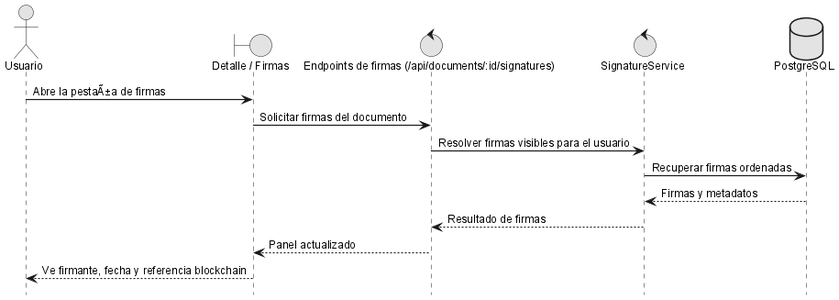
Before: anexos/diagramas/seq-view-signatures.png, a diagram exported from PlantUML (ErDeivih/DocumentChain).
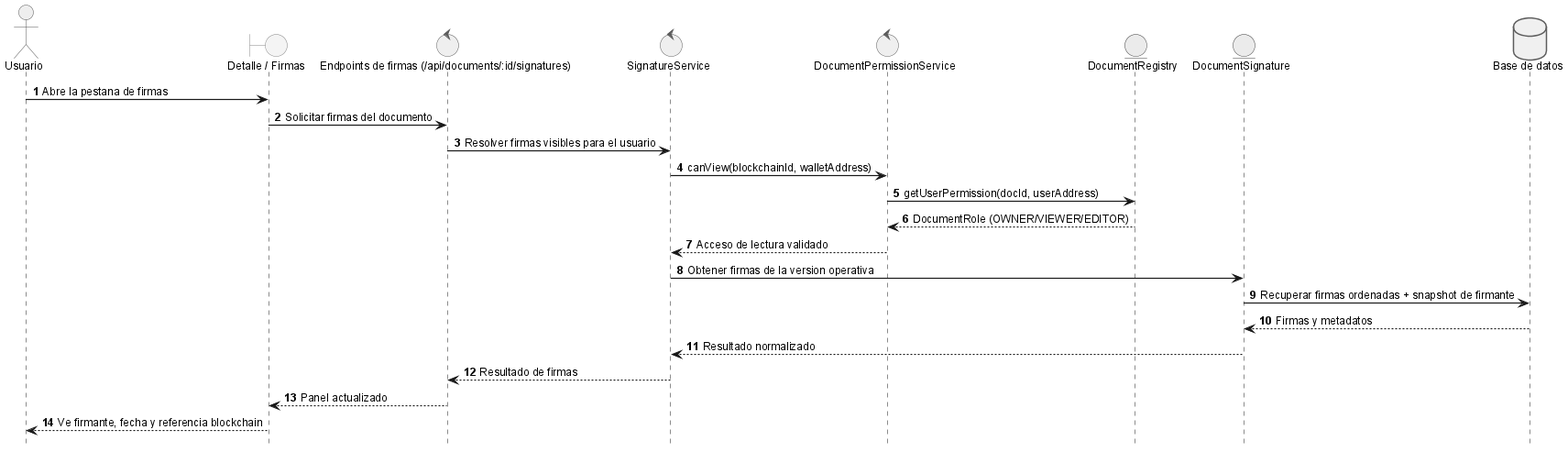
The same diagram one commit later.

The edit, as a diff of the source:
```diff
@@ -4,13 +4,22 @@
 boundary "Detalle / Firmas" as ui
 control "Endpoints de firmas (/api/documents/:id/signatures)" as api
 control "SignatureService" as srv
-database "PostgreSQL" as db
+control "DocumentPermissionService" as perm
+entity "DocumentRegistry" as sc
+entity "DocumentSignature" as sig
+database "Base de datos" as db
 
-user -> ui: Abre la pestaÃ±a de firmas
+user -> ui: Abre la pestana de firmas
 ui -> api: Solicitar firmas del documento
 api -> srv: Resolver firmas visibles para el usuario
-srv -> db: Recuperar firmas ordenadas
-db --> srv: Firmas y metadatos
+srv -> perm: canView(blockchainId, walletAddress)
+perm -> sc: getUserPermission(docId, userAddress)
+sc --> perm: DocumentRole (OWNER/VIEWER/EDITOR)
+perm --> srv: Acceso de lectura validado
+srv -> sig: Obtener firmas de la version operativa
+sig -> db: Recuperar firmas ordenadas + snapshot de firmante
+db --> sig: Firmas y metadatos
+sig --> srv: Resultado normalizado
 srv --> api: Resultado de firmas
 api --> ui: Panel actualizado
 ui --> user: Ve firmante, fecha y referencia blockchain
```
